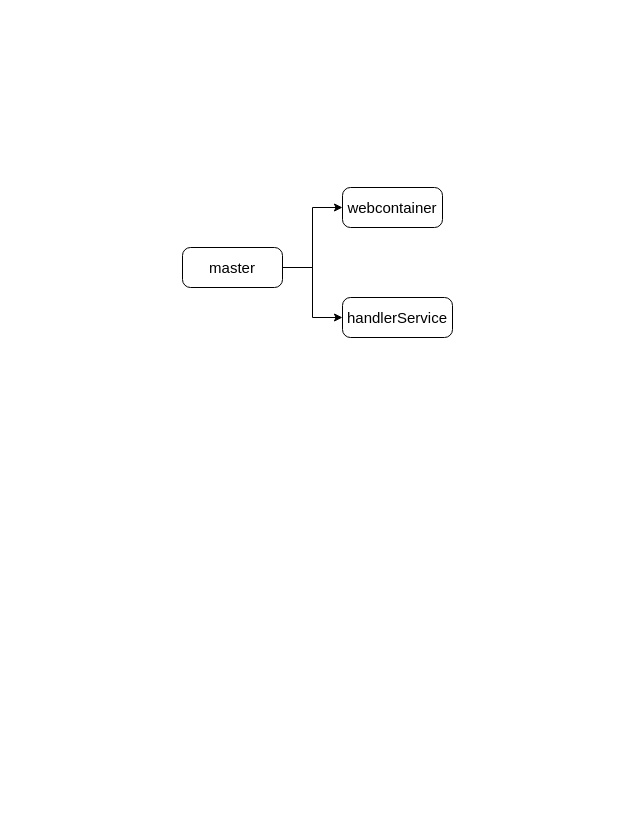
Before: flowchart/webcontainer.drawio in YeomanYe/drawio-graph, a draw.io diagram. Source tidied: cells renumbered, new cells numbered last; positions are measured from the earlier drawing's top-left corner, leaving out a move shared by most shapes. Both pictures are drawn from the tidied source at 100%, with x=0, y=0 at pixel (182, 187).
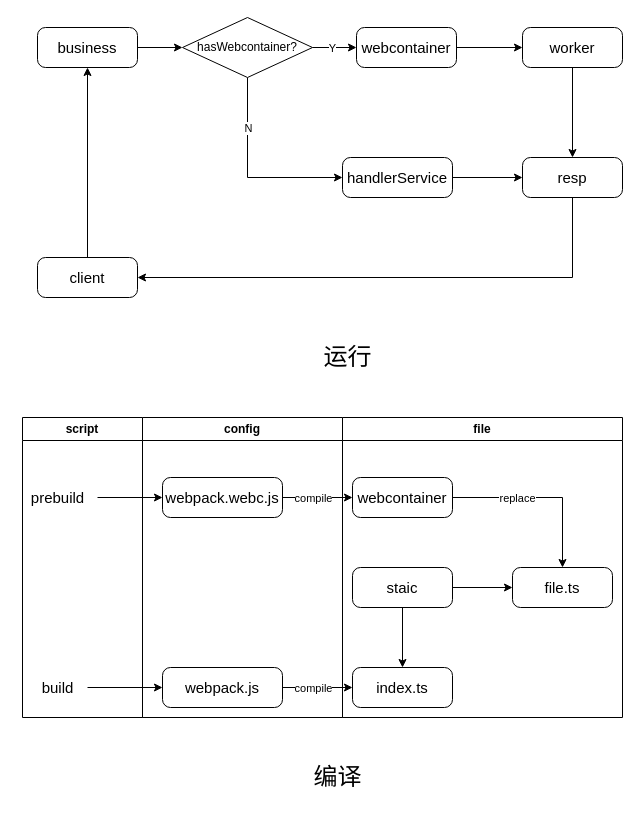
After the change.

Diff of the diagram source:
```diff
@@
-    <mxCell id="2" style="edgeStyle=orthogonalEdgeStyle;rounded=0;jettySize=auto;html=1;exitX=1;exitY=0.5;exitDx=0;exitDy=0;entryX=0;entryY=0.5;entryDx=0;entryDy=0;" parent="1" edge="1" source="4" target="5">
-      <mxGeometry relative="1" as="geometry" />
-    </mxCell>
-    <mxCell id="3" style="edgeStyle=orthogonalEdgeStyle;rounded=0;jettySize=auto;html=1;exitX=1;exitY=0.5;exitDx=0;exitDy=0;entryX=0;entryY=0.5;entryDx=0;entryDy=0;" parent="1" edge="1" source="4" target="6">
+    <mxCell id="3" style="edgeStyle=orthogonalEdgeStyle;rounded=0;jettySize=auto;html=1;entryX=0;entryY=0.5;entryDx=0;entryDy=0;exitX=0.5;exitY=1;exitDx=0;exitDy=0;" parent="1" edge="1" source="19" target="6">
       <mxGeometry relative="1" as="geometry" />
     </mxCell>
+    <mxCell id="7" value="N" style="edgeLabel;html=1;align=center;verticalAlign=middle;" parent="3" vertex="1">
+      <mxGeometry x="-0.49" relative="1" as="geometry" />
+    </mxCell>
+    <mxCell id="8" style="edgeStyle=orthogonalEdgeStyle;rounded=0;jettySize=auto;html=1;exitX=1;exitY=0.5;exitDx=0;exitDy=0;" parent="1" edge="1" source="4" target="19">
+      <mxGeometry relative="1" as="geometry" />
+    </mxCell>
-    <mxCell id="4" value="master" style="rounded=1;whiteSpace=wrap;html=1;arcSize=20;fontSize=15;" parent="1" vertex="1">
-      <mxGeometry y="60" width="100" height="40" as="geometry" />
+    <mxCell id="4" value="business" style="rounded=1;whiteSpace=wrap;html=1;arcSize=20;fontSize=15;" parent="1" vertex="1">
+      <mxGeometry x="-145" y="-160" width="100" height="40" as="geometry" />
     </mxCell>
+    <mxCell id="9" style="edgeStyle=orthogonalEdgeStyle;rounded=0;jettySize=auto;html=1;exitX=1;exitY=0.5;exitDx=0;exitDy=0;" parent="1" edge="1" source="5" target="12">
+      <mxGeometry relative="1" as="geometry" />
+    </mxCell>
-    <mxCell id="5" value="webcontainer" style="rounded=1;whiteSpace=wrap;html=1;arcSize=20;fontSize=15;" parent="1" vertex="1">
-      <mxGeometry x="160" width="100" height="40" as="geometry" />
+    <mxCell id="5" value="webcontainer" style="rounded=1;whiteSpace=wrap;html=1;arcSize=20;fontSize=15;labelBorderColor=none;" parent="1" vertex="1">
+      <mxGeometry x="174" y="-160" width="100" height="40" as="geometry" />
     </mxCell>
+    <mxCell id="10" style="edgeStyle=orthogonalEdgeStyle;rounded=0;jettySize=auto;html=1;exitX=1;exitY=0.5;exitDx=0;exitDy=0;entryX=0;entryY=0.5;entryDx=0;entryDy=0;" parent="1" edge="1" source="6" target="14">
+      <mxGeometry relative="1" as="geometry" />
+    </mxCell>
     <mxCell id="6" value="handlerService" style="rounded=1;whiteSpace=wrap;html=1;arcSize=20;fontSize=15;" parent="1" vertex="1">
-      <mxGeometry x="160" y="110" width="110" height="40" as="geometry" />
+      <mxGeometry x="160" y="-30" width="110" height="40" as="geometry" />
     </mxCell>
+    <mxCell id="11" style="edgeStyle=orthogonalEdgeStyle;rounded=0;jettySize=auto;html=1;exitX=0.5;exitY=1;exitDx=0;exitDy=0;entryX=0.5;entryY=0;entryDx=0;entryDy=0;" parent="1" edge="1" source="12" target="14">
+      <mxGeometry relative="1" as="geometry" />
+    </mxCell>
+    <mxCell id="12" value="worker" style="rounded=1;whiteSpace=wrap;html=1;arcSize=20;fontSize=15;" parent="1" vertex="1">
+      <mxGeometry x="340" y="-160" width="100" height="40" as="geometry" />
+    </mxCell>
+    <mxCell id="13" style="edgeStyle=orthogonalEdgeStyle;rounded=0;jettySize=auto;html=1;exitX=0.5;exitY=1;exitDx=0;exitDy=0;entryX=1;entryY=0.5;entryDx=0;entryDy=0;" parent="1" edge="1" source="14" target="16">
+      <mxGeometry relative="1" as="geometry" />
+    </mxCell>
+    <mxCell id="14" value="resp" style="rounded=1;whiteSpace=wrap;html=1;arcSize=20;fontSize=15;" parent="1" vertex="1">
+      <mxGeometry x="340" y="-30" width="100" height="40" as="geometry" />
+    </mxCell>
+    <mxCell id="15" style="edgeStyle=orthogonalEdgeStyle;rounded=0;jettySize=auto;html=1;exitX=0.5;exitY=0;exitDx=0;exitDy=0;" parent="1" edge="1" source="16" target="4">
+      <mxGeometry relative="1" as="geometry" />
+    </mxCell>
+    <mxCell id="16" value="client" style="rounded=1;whiteSpace=wrap;html=1;arcSize=20;fontSize=15;" parent="1" vertex="1">
+      <mxGeometry x="-145" y="70" width="100" height="40" as="geometry" />
+    </mxCell>
+    <mxCell id="17" style="edgeStyle=orthogonalEdgeStyle;rounded=0;jettySize=auto;html=1;exitX=1;exitY=0.5;exitDx=0;exitDy=0;entryX=0;entryY=0.5;entryDx=0;entryDy=0;" parent="1" edge="1" source="19" target="5">
+      <mxGeometry relative="1" as="geometry" />
+    </mxCell>
+    <mxCell id="18" value="Y" style="edgeLabel;html=1;align=center;verticalAlign=middle;" parent="17" vertex="1">
+      <mxGeometry x="-0.14" relative="1" as="geometry" />
+    </mxCell>
+    <mxCell id="19" value="hasWebcontainer?" style="rhombus;whiteSpace=wrap;html=1;" parent="1" vertex="1">
+      <mxGeometry y="-170" width="130" height="60" as="geometry" />
+    </mxCell>
+    <mxCell id="20" value="&lt;font style=&quot;font-size: 24px;&quot;&gt;运行&lt;/font&gt;" style="text;html=1;align=center;verticalAlign=middle;strokeColor=none;fillColor=none;" parent="1" vertex="1">
+      <mxGeometry x="130" y="150" width="70" height="40" as="geometry" />
+    </mxCell>
+    <mxCell id="21" style="edgeStyle=orthogonalEdgeStyle;rounded=0;jettySize=auto;html=1;exitX=1;exitY=0.5;exitDx=0;exitDy=0;" parent="1" edge="1" source="23" target="27">
+      <mxGeometry relative="1" as="geometry" />
+    </mxCell>
+    <mxCell id="22" style="edgeStyle=orthogonalEdgeStyle;rounded=0;jettySize=auto;html=1;" parent="1" edge="1" source="23" target="32">
+      <mxGeometry relative="1" as="geometry" />
+    </mxCell>
+    <mxCell id="23" value="staic" style="rounded=1;whiteSpace=wrap;html=1;arcSize=20;fontSize=15;" parent="1" vertex="1">
+      <mxGeometry x="170" y="380" width="100" height="40" as="geometry" />
+    </mxCell>
+    <mxCell id="24" style="edgeStyle=orthogonalEdgeStyle;rounded=0;jettySize=auto;html=1;exitX=1;exitY=0.5;exitDx=0;exitDy=0;entryX=0.5;entryY=0;entryDx=0;entryDy=0;" parent="1" edge="1" source="26" target="27">
+      <mxGeometry relative="1" as="geometry" />
+    </mxCell>
+    <mxCell id="25" value="replace" style="edgeLabel;html=1;align=center;verticalAlign=middle;" parent="24" vertex="1">
+      <mxGeometry x="-0.29" y="3" relative="1" as="geometry">
+        <mxPoint y="3" as="offset" />
+      </mxGeometry>
+    </mxCell>
+    <mxCell id="26" value="webcontainer" style="rounded=1;whiteSpace=wrap;html=1;arcSize=20;fontSize=15;" parent="1" vertex="1">
+      <mxGeometry x="170" y="290" width="100" height="40" as="geometry" />
+    </mxCell>
+    <mxCell id="27" value="file.ts" style="rounded=1;whiteSpace=wrap;html=1;arcSize=20;fontSize=15;" parent="1" vertex="1">
+      <mxGeometry x="330" y="380" width="100" height="40" as="geometry" />
+    </mxCell>
+    <mxCell id="28" style="edgeStyle=orthogonalEdgeStyle;rounded=0;jettySize=auto;html=1;" parent="1" edge="1" source="30" target="26">
+      <mxGeometry relative="1" as="geometry" />
+    </mxCell>
+    <mxCell id="29" value="compile" style="edgeLabel;html=1;align=center;verticalAlign=middle;" parent="28" vertex="1">
+      <mxGeometry x="0.11" y="-3" relative="1" as="geometry">
+        <mxPoint x="-9" y="-3" as="offset" />
+      </mxGeometry>
+    </mxCell>
+    <mxCell id="30" value="webpack.webc.js" style="rounded=1;whiteSpace=wrap;html=1;arcSize=20;fontSize=15;" parent="1" vertex="1">
+      <mxGeometry x="-20" y="290" width="120" height="40" as="geometry" />
+    </mxCell>
+    <mxCell id="31" value="webpack.js" style="rounded=1;whiteSpace=wrap;html=1;arcSize=20;fontSize=15;" parent="1" vertex="1">
+      <mxGeometry x="-20" y="480" width="120" height="40" as="geometry" />
+    </mxCell>
+    <mxCell id="32" value="index.ts" style="rounded=1;whiteSpace=wrap;html=1;arcSize=20;fontSize=15;" parent="1" vertex="1">
+      <mxGeometry x="170" y="480" width="100" height="40" as="geometry" />
+    </mxCell>
+    <mxCell id="33" style="edgeStyle=orthogonalEdgeStyle;rounded=0;jettySize=auto;html=1;exitX=1;exitY=0.5;exitDx=0;exitDy=0;" parent="1" edge="1" source="31" target="32">
+      <mxGeometry relative="1" as="geometry" />
+    </mxCell>
+    <mxCell id="34" value="compile" style="edgeLabel;html=1;align=center;verticalAlign=middle;" parent="33" vertex="1">
+      <mxGeometry x="0.11" y="-3" relative="1" as="geometry">
+        <mxPoint x="-9" y="-3" as="offset" />
+      </mxGeometry>
+    </mxCell>
+    <mxCell id="35" style="edgeStyle=orthogonalEdgeStyle;rounded=0;jettySize=auto;html=1;" parent="1" edge="1" source="36" target="30">
+      <mxGeometry relative="1" as="geometry" />
+    </mxCell>
+    <mxCell id="36" value="&lt;font style=&quot;font-size: 15px;&quot;&gt;prebuild&lt;/font&gt;" style="text;html=1;align=center;verticalAlign=middle;points=[];strokeColor=none;fillColor=none;fontSize=15;" parent="1" vertex="1">
+      <mxGeometry x="-165" y="295" width="80" height="30" as="geometry" />
+    </mxCell>
+    <mxCell id="37" style="edgeStyle=orthogonalEdgeStyle;rounded=0;jettySize=auto;html=1;" parent="1" edge="1" source="38" target="31">
+      <mxGeometry relative="1" as="geometry" />
+    </mxCell>
+    <mxCell id="38" value="&lt;font style=&quot;font-size: 15px;&quot;&gt;build&lt;/font&gt;" style="text;html=1;align=center;verticalAlign=middle;points=[];strokeColor=none;fillColor=none;fontSize=15;" parent="1" vertex="1">
+      <mxGeometry x="-155" y="485" width="60" height="30" as="geometry" />
+    </mxCell>
+    <mxCell id="39" value="script" style="swimlane;whiteSpace=wrap;html=1;" parent="1" vertex="1">
+      <mxGeometry x="-160" y="230" width="120" height="300" as="geometry" />
+    </mxCell>
+    <mxCell id="40" value="config" style="swimlane;whiteSpace=wrap;html=1;startSize=23;" parent="39" vertex="1">
+      <mxGeometry x="120" width="200" height="300" as="geometry" />
+    </mxCell>
+    <mxCell id="41" value="file" style="swimlane;whiteSpace=wrap;html=1;startSize=23;" parent="1" vertex="1">
+      <mxGeometry x="160" y="230" width="280" height="300" as="geometry" />
+    </mxCell>
+    <mxCell id="42" value="&lt;font style=&quot;font-size: 24px;&quot;&gt;编译&lt;/font&gt;" style="text;html=1;align=center;verticalAlign=middle;strokeColor=none;fillColor=none;" parent="1" vertex="1">
+      <mxGeometry x="120" y="570" width="70" height="40" as="geometry" />
+    </mxCell>
```
